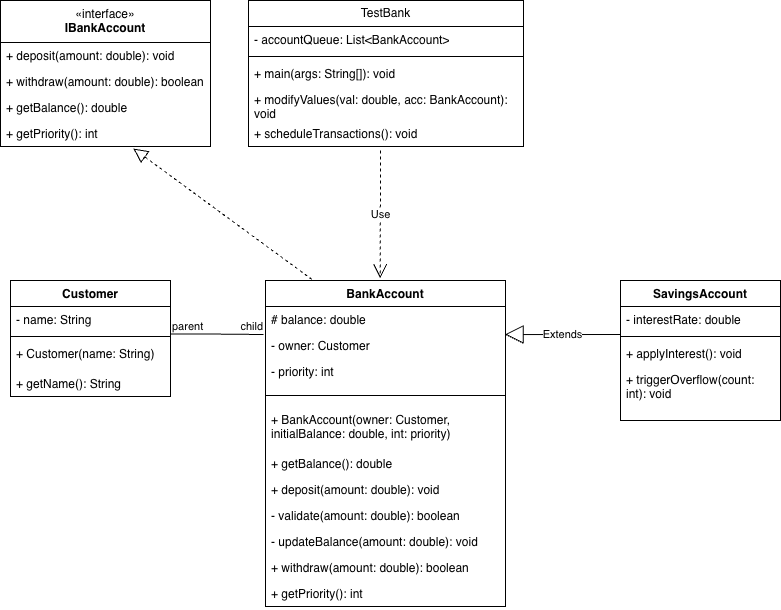
This is UML.png from yellowman0000/BankAccount, a draw.io export, as it was before one commit. Source tidied: cells renumbered, new cells last; positions are measured from the earlier drawing's top-left corner, leaving out a move shared by most shapes. The source it was exported from:
```xml
<mxGraphModel>
  <root>
    <mxCell id="0" />
    <mxCell id="1" parent="0" />
    <mxCell id="2" value="Customer" style="swimlane;fontStyle=1;align=center;verticalAlign=top;horizontal=1;startSize=26;whiteSpace=wrap;html=1;" parent="1" vertex="1">
      <mxGeometry x="10" y="280" width="160" height="116" as="geometry" />
    </mxCell>
    <mxCell id="3" value="- name: String" style="text;strokeColor=none;fillColor=none;align=left;verticalAlign=top;spacingLeft=4;spacingRight=4;overflow=hidden;points=[[0,0.5],[1,0.5]];portConstraint=eastwest;whiteSpace=wrap;html=1;" parent="2" vertex="1">
      <mxGeometry y="26" width="160" height="26" as="geometry" />
    </mxCell>
    <mxCell id="4" style="line;strokeWidth=1;fillColor=none;align=left;verticalAlign=middle;spacingTop=-1;spacingLeft=3;spacingRight=3;labelPosition=right;strokeColor=inherit;" parent="2" vertex="1">
      <mxGeometry y="52" width="160" height="8" as="geometry" />
    </mxCell>
    <mxCell id="5" value="+ Customer(name: String)" style="text;strokeColor=none;fillColor=none;align=left;verticalAlign=top;spacingLeft=4;spacingRight=4;overflow=hidden;whiteSpace=wrap;html=1;" parent="2" vertex="1">
      <mxGeometry y="60" width="160" height="30" as="geometry" />
    </mxCell>
    <mxCell id="6" value="+ getName(): String" style="text;strokeColor=none;fillColor=none;align=left;verticalAlign=top;spacingLeft=4;spacingRight=4;overflow=hidden;whiteSpace=wrap;html=1;" parent="2" vertex="1">
      <mxGeometry y="90" width="160" height="26" as="geometry" />
    </mxCell>
    <mxCell id="7" value="BankAccount" style="swimlane;fontStyle=1;align=center;verticalAlign=top;horizontal=1;startSize=26;whiteSpace=wrap;html=1;" parent="1" vertex="1">
      <mxGeometry x="265" y="280" width="240" height="326" as="geometry" />
    </mxCell>
    <mxCell id="8" value="# balance: double" style="text;strokeColor=none;fillColor=none;align=left;verticalAlign=top;spacingLeft=4;spacingRight=4;overflow=hidden;whiteSpace=wrap;html=1;" parent="7" vertex="1">
      <mxGeometry y="26" width="240" height="26" as="geometry" />
    </mxCell>
    <mxCell id="9" value="- owner: Customer" style="text;strokeColor=none;fillColor=none;align=left;verticalAlign=top;spacingLeft=4;spacingRight=4;overflow=hidden;points=[[0,0.5],[1,0.5]];portConstraint=eastwest;whiteSpace=wrap;html=1;" parent="7" vertex="1">
      <mxGeometry y="52" width="240" height="26" as="geometry" />
    </mxCell>
    <mxCell id="10" value="- priority: int" style="text;strokeColor=none;fillColor=none;align=left;verticalAlign=top;spacingLeft=4;spacingRight=4;overflow=hidden;whiteSpace=wrap;html=1;" parent="7" vertex="1">
      <mxGeometry y="78" width="240" height="26" as="geometry" />
    </mxCell>
    <mxCell id="11" style="line;strokeWidth=1;fillColor=none;align=left;verticalAlign=middle;spacingTop=-1;spacingLeft=3;spacingRight=3;labelPosition=right;strokeColor=inherit;" parent="7" vertex="1">
      <mxGeometry y="104" width="240" height="22" as="geometry" />
    </mxCell>
    <mxCell id="12" value="+ BankAccount(owner: Customer, initialBalance: double, int: priority)" style="text;strokeColor=none;fillColor=none;align=left;verticalAlign=top;spacingLeft=4;spacingRight=4;overflow=hidden;whiteSpace=wrap;html=1;" parent="7" vertex="1">
      <mxGeometry y="126" width="240" height="44" as="geometry" />
    </mxCell>
    <mxCell id="13" value="+ getBalance(): double" style="text;strokeColor=none;fillColor=none;align=left;verticalAlign=top;spacingLeft=4;spacingRight=4;overflow=hidden;whiteSpace=wrap;html=1;" parent="7" vertex="1">
      <mxGeometry y="170" width="240" height="26" as="geometry" />
    </mxCell>
    <mxCell id="14" value="+ deposit(amount: double): void" style="text;strokeColor=none;fillColor=none;align=left;verticalAlign=top;spacingLeft=4;spacingRight=4;overflow=hidden;whiteSpace=wrap;html=1;" parent="7" vertex="1">
      <mxGeometry y="196" width="240" height="26" as="geometry" />
    </mxCell>
    <mxCell id="15" value="- validate(amount: double): boolean" style="text;strokeColor=none;fillColor=none;align=left;verticalAlign=top;spacingLeft=4;spacingRight=4;overflow=hidden;whiteSpace=wrap;html=1;" parent="7" vertex="1">
      <mxGeometry y="222" width="240" height="26" as="geometry" />
    </mxCell>
    <mxCell id="16" value="- updateBalance(amount: double): void" style="text;strokeColor=none;fillColor=none;align=left;verticalAlign=top;spacingLeft=4;spacingRight=4;overflow=hidden;whiteSpace=wrap;html=1;" parent="7" vertex="1">
      <mxGeometry y="248" width="240" height="26" as="geometry" />
    </mxCell>
    <mxCell id="17" value="+ withdraw(amount: double): boolean" style="text;strokeColor=none;fillColor=none;align=left;verticalAlign=top;spacingLeft=4;spacingRight=4;overflow=hidden;whiteSpace=wrap;html=1;" parent="7" vertex="1">
      <mxGeometry y="274" width="240" height="26" as="geometry" />
    </mxCell>
    <mxCell id="18" value="+ getPriority(): int" style="text;strokeColor=none;fillColor=none;align=left;verticalAlign=top;spacingLeft=4;spacingRight=4;overflow=hidden;whiteSpace=wrap;html=1;" parent="7" vertex="1">
      <mxGeometry y="300" width="240" height="26" as="geometry" />
    </mxCell>
    <mxCell id="19" value="SavingsAccount" style="swimlane;fontStyle=1;align=center;verticalAlign=top;horizontal=1;startSize=26;whiteSpace=wrap;html=1;" parent="1" vertex="1">
      <mxGeometry x="620" y="280" width="160" height="140" as="geometry" />
    </mxCell>
    <mxCell id="20" value="- interestRate: double" style="text;strokeColor=none;fillColor=none;align=left;verticalAlign=top;spacingLeft=4;spacingRight=4;overflow=hidden;whiteSpace=wrap;html=1;" parent="19" vertex="1">
      <mxGeometry y="26" width="160" height="26" as="geometry" />
    </mxCell>
    <mxCell id="21" style="line;strokeWidth=1;fillColor=none;align=left;verticalAlign=middle;spacingTop=-1;spacingLeft=3;spacingRight=3;labelPosition=right;strokeColor=inherit;" parent="19" vertex="1">
      <mxGeometry y="52" width="160" height="8" as="geometry" />
    </mxCell>
    <mxCell id="22" value="+ applyInterest(): void" style="text;strokeColor=none;fillColor=none;align=left;verticalAlign=top;spacingLeft=4;spacingRight=4;overflow=hidden;whiteSpace=wrap;html=1;" parent="19" vertex="1">
      <mxGeometry y="60" width="160" height="26" as="geometry" />
    </mxCell>
    <mxCell id="23" value="+ triggerOverflow(count: int): void" style="text;strokeColor=none;fillColor=none;align=left;verticalAlign=top;spacingLeft=4;spacingRight=4;overflow=hidden;whiteSpace=wrap;html=1;" parent="19" vertex="1">
      <mxGeometry y="86" width="160" height="54" as="geometry" />
    </mxCell>
    <mxCell id="24" value="TestBank" style="swimlane;fontStyle=0;horizontal=1;startSize=26;fillColor=none;whiteSpace=wrap;html=1;" parent="1" vertex="1">
      <mxGeometry x="248" width="275" height="146" as="geometry" />
    </mxCell>
    <mxCell id="25" value="- accountQueue: List&amp;lt;BankAccount&amp;gt;" style="text;strokeColor=none;fillColor=none;align=left;verticalAlign=top;spacingLeft=4;spacingRight=4;overflow=hidden;whiteSpace=wrap;html=1;" parent="24" vertex="1">
      <mxGeometry y="26" width="275" height="26" as="geometry" />
    </mxCell>
    <mxCell id="26" style="line;strokeWidth=1;fillColor=none;align=left;verticalAlign=middle;spacingTop=-1;spacingLeft=3;spacingRight=3;labelPosition=right;strokeColor=inherit;" parent="24" vertex="1">
      <mxGeometry y="52" width="275" height="8" as="geometry" />
    </mxCell>
    <mxCell id="27" value="+ main(args: String[]): void" style="text;strokeColor=none;fillColor=none;align=left;verticalAlign=top;spacingLeft=4;spacingRight=4;overflow=hidden;whiteSpace=wrap;html=1;" parent="24" vertex="1">
      <mxGeometry y="60" width="275" height="26" as="geometry" />
    </mxCell>
    <mxCell id="28" value="+ modifyValues(val: double, acc: BankAccount): void" style="text;strokeColor=none;fillColor=none;align=left;verticalAlign=top;spacingLeft=4;spacingRight=4;overflow=hidden;whiteSpace=wrap;html=1;" parent="24" vertex="1">
      <mxGeometry y="86" width="275" height="34" as="geometry" />
    </mxCell>
    <mxCell id="29" value="+ scheduleTransactions(): void" style="text;strokeColor=none;fillColor=none;align=left;verticalAlign=top;spacingLeft=4;spacingRight=4;overflow=hidden;whiteSpace=wrap;html=1;" parent="24" vertex="1">
      <mxGeometry y="120" width="275" height="26" as="geometry" />
    </mxCell>
    <mxCell id="30" style="endArrow=none;html=1;edgeStyle=orthogonalEdgeStyle;rounded=0;entryX=-0.008;entryY=0.077;entryDx=0;entryDy=0;entryPerimeter=0;exitX=1.003;exitY=1.06;exitDx=0;exitDy=0;exitPerimeter=0;" parent="1" edge="1" source="3" target="9">
      <mxGeometry relative="1" as="geometry" />
    </mxCell>
    <mxCell id="31" value="parent" style="edgeLabel;html=1;align=left;verticalAlign=bottom;" parent="30" vertex="1">
      <mxGeometry x="-1" relative="1" as="geometry" />
    </mxCell>
    <mxCell id="32" value="child" style="edgeLabel;html=1;align=right;verticalAlign=bottom;" parent="30" vertex="1">
      <mxGeometry x="1" relative="1" as="geometry" />
    </mxCell>
    <mxCell id="33" value="Extends" style="endArrow=block;endSize=16;endFill=0;html=1;rounded=0;entryX=0.998;entryY=0.079;entryDx=0;entryDy=0;entryPerimeter=0;" parent="1" edge="1" target="9">
      <mxGeometry relative="1" as="geometry">
        <mxPoint x="620" y="334" as="sourcePoint" />
      </mxGeometry>
    </mxCell>
    <mxCell id="34" value="Use" style="endArrow=open;endSize=12;dashed=1;html=1;rounded=0;entryX=0.478;entryY=-0.007;entryDx=0;entryDy=0;entryPerimeter=0;" parent="1" edge="1" target="7">
      <mxGeometry relative="1" as="geometry">
        <mxPoint x="380" y="150" as="sourcePoint" />
      </mxGeometry>
    </mxCell>
    <mxCell id="35" value="&lt;span style=&quot;font-weight: 400;&quot;&gt;«interface»&lt;/span&gt;&lt;br style=&quot;font-weight: 400;&quot;&gt;&lt;b&gt;IBankAccount&lt;/b&gt;" style="swimlane;fontStyle=1;align=center;verticalAlign=top;horizontal=1;startSize=42;whiteSpace=wrap;html=1;" parent="1" vertex="1">
      <mxGeometry width="210" height="146" as="geometry" />
    </mxCell>
    <mxCell id="36" value="+ deposit(amount: double): void" style="text;strokeColor=none;fillColor=none;align=left;verticalAlign=top;spacingLeft=4;spacingRight=4;overflow=hidden;whiteSpace=wrap;html=1;" parent="35" vertex="1">
      <mxGeometry y="42" width="210" height="26" as="geometry" />
    </mxCell>
    <mxCell id="37" value="+ withdraw(amount: double): boolean" style="text;strokeColor=none;fillColor=none;align=left;verticalAlign=top;spacingLeft=4;spacingRight=4;overflow=hidden;whiteSpace=wrap;html=1;" parent="35" vertex="1">
      <mxGeometry y="68" width="210" height="26" as="geometry" />
    </mxCell>
    <mxCell id="38" value="+ getBalance(): double" style="text;strokeColor=none;fillColor=none;align=left;verticalAlign=top;spacingLeft=4;spacingRight=4;overflow=hidden;whiteSpace=wrap;html=1;" parent="35" vertex="1">
      <mxGeometry y="94" width="210" height="26" as="geometry" />
    </mxCell>
    <mxCell id="39" value="+ getPriority(): int" style="text;strokeColor=none;fillColor=none;align=left;verticalAlign=top;spacingLeft=4;spacingRight=4;overflow=hidden;points=[[0,0.5],[1,0.5]];portConstraint=eastwest;whiteSpace=wrap;html=1;" parent="35" vertex="1">
      <mxGeometry y="120" width="210" height="26" as="geometry" />
    </mxCell>
    <mxCell id="40" style="endArrow=block;dashed=1;endFill=0;endSize=12;html=1;rounded=0;entryX=0.633;entryY=1.08;entryDx=0;entryDy=0;entryPerimeter=0;exitX=0.194;exitY=-0.003;exitDx=0;exitDy=0;exitPerimeter=0;" parent="1" edge="1" source="7" target="39">
      <mxGeometry relative="1" as="geometry" />
    </mxCell>
  </root>
</mxGraphModel>
```
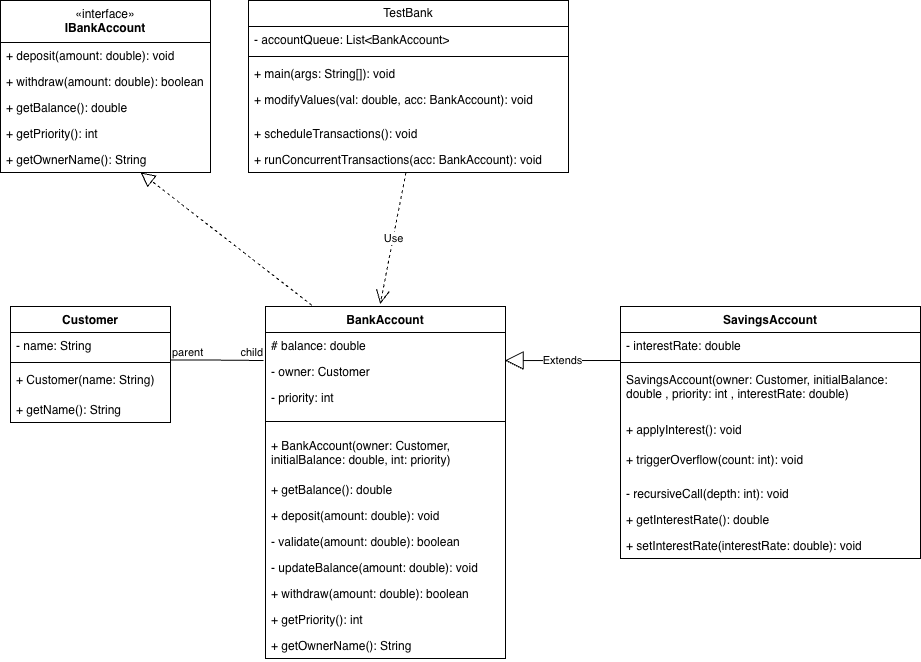
Later version of the same file.

What changed in the source:
```diff
@@ -18,7 +18,7 @@
       <mxGeometry y="90" width="160" height="26" as="geometry" />
     </mxCell>
     <mxCell id="7" value="BankAccount" style="swimlane;fontStyle=1;align=center;verticalAlign=top;horizontal=1;startSize=26;whiteSpace=wrap;html=1;" parent="1" vertex="1">
-      <mxGeometry x="265" y="280" width="240" height="326" as="geometry" />
+      <mxGeometry x="265" y="280" width="240" height="352" as="geometry" />
     </mxCell>
     <mxCell id="8" value="# balance: double" style="text;strokeColor=none;fillColor=none;align=left;verticalAlign=top;spacingLeft=4;spacingRight=4;overflow=hidden;whiteSpace=wrap;html=1;" parent="7" vertex="1">
       <mxGeometry y="26" width="240" height="26" as="geometry" />
@@ -53,39 +53,57 @@
     <mxCell id="18" value="+ getPriority(): int" style="text;strokeColor=none;fillColor=none;align=left;verticalAlign=top;spacingLeft=4;spacingRight=4;overflow=hidden;whiteSpace=wrap;html=1;" parent="7" vertex="1">
       <mxGeometry y="300" width="240" height="26" as="geometry" />
     </mxCell>
+    <mxCell id="41" value="+ getOwnerName(): String" style="text;strokeColor=none;fillColor=none;align=left;verticalAlign=top;spacingLeft=4;spacingRight=4;overflow=hidden;whiteSpace=wrap;html=1;" parent="7" vertex="1">
+      <mxGeometry y="326" width="240" height="26" as="geometry" />
+    </mxCell>
     <mxCell id="19" value="SavingsAccount" style="swimlane;fontStyle=1;align=center;verticalAlign=top;horizontal=1;startSize=26;whiteSpace=wrap;html=1;" parent="1" vertex="1">
-      <mxGeometry x="620" y="280" width="160" height="140" as="geometry" />
+      <mxGeometry x="620" y="280" width="300" height="252" as="geometry" />
     </mxCell>
     <mxCell id="20" value="- interestRate: double" style="text;strokeColor=none;fillColor=none;align=left;verticalAlign=top;spacingLeft=4;spacingRight=4;overflow=hidden;whiteSpace=wrap;html=1;" parent="19" vertex="1">
-      <mxGeometry y="26" width="160" height="26" as="geometry" />
+      <mxGeometry y="26" width="300" height="26" as="geometry" />
     </mxCell>
     <mxCell id="21" style="line;strokeWidth=1;fillColor=none;align=left;verticalAlign=middle;spacingTop=-1;spacingLeft=3;spacingRight=3;labelPosition=right;strokeColor=inherit;" parent="19" vertex="1">
-      <mxGeometry y="52" width="160" height="8" as="geometry" />
+      <mxGeometry y="52" width="300" height="8" as="geometry" />
     </mxCell>
+    <mxCell id="42" value="SavingsAccount(owner: Customer, initialBalance: double , priority: int , interestRate: double)" style="text;strokeColor=none;fillColor=none;align=left;verticalAlign=top;spacingLeft=4;spacingRight=4;overflow=hidden;whiteSpace=wrap;html=1;" parent="19" vertex="1">
+      <mxGeometry y="60" width="300" height="50" as="geometry" />
+    </mxCell>
     <mxCell id="22" value="+ applyInterest(): void" style="text;strokeColor=none;fillColor=none;align=left;verticalAlign=top;spacingLeft=4;spacingRight=4;overflow=hidden;whiteSpace=wrap;html=1;" parent="19" vertex="1">
-      <mxGeometry y="60" width="160" height="26" as="geometry" />
+      <mxGeometry y="110" width="300" height="30" as="geometry" />
     </mxCell>
     <mxCell id="23" value="+ triggerOverflow(count: int): void" style="text;strokeColor=none;fillColor=none;align=left;verticalAlign=top;spacingLeft=4;spacingRight=4;overflow=hidden;whiteSpace=wrap;html=1;" parent="19" vertex="1">
-      <mxGeometry y="86" width="160" height="54" as="geometry" />
+      <mxGeometry y="140" width="300" height="34" as="geometry" />
     </mxCell>
+    <mxCell id="43" value="- recursiveCall(depth: int): void" style="text;strokeColor=none;fillColor=none;align=left;verticalAlign=top;spacingLeft=4;spacingRight=4;overflow=hidden;whiteSpace=wrap;html=1;" parent="19" vertex="1">
+      <mxGeometry y="174" width="300" height="26" as="geometry" />
+    </mxCell>
+    <mxCell id="44" value="+ getInterestRate(): double&amp;nbsp;" style="text;strokeColor=none;fillColor=none;align=left;verticalAlign=top;spacingLeft=4;spacingRight=4;overflow=hidden;whiteSpace=wrap;html=1;" parent="19" vertex="1">
+      <mxGeometry y="200" width="300" height="26" as="geometry" />
+    </mxCell>
+    <mxCell id="45" value="+ setInterestRate(interestRate: double): void" style="text;strokeColor=none;fillColor=none;align=left;verticalAlign=top;spacingLeft=4;spacingRight=4;overflow=hidden;whiteSpace=wrap;html=1;" parent="19" vertex="1">
+      <mxGeometry y="226" width="300" height="26" as="geometry" />
+    </mxCell>
     <mxCell id="24" value="TestBank" style="swimlane;fontStyle=0;horizontal=1;startSize=26;fillColor=none;whiteSpace=wrap;html=1;" parent="1" vertex="1">
-      <mxGeometry x="248" width="275" height="146" as="geometry" />
+      <mxGeometry x="248" y="-26" width="320" height="172" as="geometry" />
     </mxCell>
     <mxCell id="25" value="- accountQueue: List&amp;lt;BankAccount&amp;gt;" style="text;strokeColor=none;fillColor=none;align=left;verticalAlign=top;spacingLeft=4;spacingRight=4;overflow=hidden;whiteSpace=wrap;html=1;" parent="24" vertex="1">
-      <mxGeometry y="26" width="275" height="26" as="geometry" />
+      <mxGeometry y="26" width="320" height="26" as="geometry" />
     </mxCell>
     <mxCell id="26" style="line;strokeWidth=1;fillColor=none;align=left;verticalAlign=middle;spacingTop=-1;spacingLeft=3;spacingRight=3;labelPosition=right;strokeColor=inherit;" parent="24" vertex="1">
-      <mxGeometry y="52" width="275" height="8" as="geometry" />
+      <mxGeometry y="52" width="320" height="8" as="geometry" />
     </mxCell>
     <mxCell id="27" value="+ main(args: String[]): void" style="text;strokeColor=none;fillColor=none;align=left;verticalAlign=top;spacingLeft=4;spacingRight=4;overflow=hidden;whiteSpace=wrap;html=1;" parent="24" vertex="1">
-      <mxGeometry y="60" width="275" height="26" as="geometry" />
+      <mxGeometry y="60" width="320" height="26" as="geometry" />
     </mxCell>
     <mxCell id="28" value="+ modifyValues(val: double, acc: BankAccount): void" style="text;strokeColor=none;fillColor=none;align=left;verticalAlign=top;spacingLeft=4;spacingRight=4;overflow=hidden;whiteSpace=wrap;html=1;" parent="24" vertex="1">
-      <mxGeometry y="86" width="275" height="34" as="geometry" />
+      <mxGeometry y="86" width="320" height="34" as="geometry" />
     </mxCell>
     <mxCell id="29" value="+ scheduleTransactions(): void" style="text;strokeColor=none;fillColor=none;align=left;verticalAlign=top;spacingLeft=4;spacingRight=4;overflow=hidden;whiteSpace=wrap;html=1;" parent="24" vertex="1">
-      <mxGeometry y="120" width="275" height="26" as="geometry" />
+      <mxGeometry y="120" width="320" height="26" as="geometry" />
     </mxCell>
+    <mxCell id="46" value="+ runConcurrentTransactions(acc: BankAccount): void" style="text;strokeColor=none;fillColor=none;align=left;verticalAlign=top;spacingLeft=4;spacingRight=4;overflow=hidden;points=[[0,0.5],[1,0.5]];portConstraint=eastwest;whiteSpace=wrap;html=1;" parent="24" vertex="1">
+      <mxGeometry y="146" width="320" height="26" as="geometry" />
+    </mxCell>
     <mxCell id="30" style="endArrow=none;html=1;edgeStyle=orthogonalEdgeStyle;rounded=0;entryX=-0.008;entryY=0.077;entryDx=0;entryDy=0;entryPerimeter=0;exitX=1.003;exitY=1.06;exitDx=0;exitDy=0;exitPerimeter=0;" parent="1" edge="1" source="3" target="9">
       <mxGeometry relative="1" as="geometry" />
     </mxCell>
@@ -100,13 +118,11 @@
         <mxPoint x="620" y="334" as="sourcePoint" />
       </mxGeometry>
     </mxCell>
-    <mxCell id="34" value="Use" style="endArrow=open;endSize=12;dashed=1;html=1;rounded=0;entryX=0.478;entryY=-0.007;entryDx=0;entryDy=0;entryPerimeter=0;" parent="1" edge="1" target="7">
-      <mxGeometry relative="1" as="geometry">
-        <mxPoint x="380" y="150" as="sourcePoint" />
-      </mxGeometry>
+    <mxCell id="34" value="Use" style="endArrow=open;endSize=12;dashed=1;html=1;rounded=0;entryX=0.478;entryY=-0.007;entryDx=0;entryDy=0;entryPerimeter=0;" parent="1" edge="1" source="46" target="7">
+      <mxGeometry relative="1" as="geometry" />
     </mxCell>
     <mxCell id="35" value="&lt;span style=&quot;font-weight: 400;&quot;&gt;«interface»&lt;/span&gt;&lt;br style=&quot;font-weight: 400;&quot;&gt;&lt;b&gt;IBankAccount&lt;/b&gt;" style="swimlane;fontStyle=1;align=center;verticalAlign=top;horizontal=1;startSize=42;whiteSpace=wrap;html=1;" parent="1" vertex="1">
-      <mxGeometry width="210" height="146" as="geometry" />
+      <mxGeometry y="-26" width="210" height="172" as="geometry" />
     </mxCell>
     <mxCell id="36" value="+ deposit(amount: double): void" style="text;strokeColor=none;fillColor=none;align=left;verticalAlign=top;spacingLeft=4;spacingRight=4;overflow=hidden;whiteSpace=wrap;html=1;" parent="35" vertex="1">
       <mxGeometry y="42" width="210" height="26" as="geometry" />
@@ -120,7 +136,10 @@
     <mxCell id="39" value="+ getPriority(): int" style="text;strokeColor=none;fillColor=none;align=left;verticalAlign=top;spacingLeft=4;spacingRight=4;overflow=hidden;points=[[0,0.5],[1,0.5]];portConstraint=eastwest;whiteSpace=wrap;html=1;" parent="35" vertex="1">
       <mxGeometry y="120" width="210" height="26" as="geometry" />
     </mxCell>
+    <mxCell id="47" value="+ getOwnerName(): String" style="text;strokeColor=none;fillColor=none;align=left;verticalAlign=top;spacingLeft=4;spacingRight=4;overflow=hidden;points=[[0,0.5],[1,0.5]];portConstraint=eastwest;whiteSpace=wrap;html=1;" parent="35" vertex="1">
+      <mxGeometry y="146" width="210" height="26" as="geometry" />
+    </mxCell>
-    <mxCell id="40" style="endArrow=block;dashed=1;endFill=0;endSize=12;html=1;rounded=0;entryX=0.633;entryY=1.08;entryDx=0;entryDy=0;entryPerimeter=0;exitX=0.194;exitY=-0.003;exitDx=0;exitDy=0;exitPerimeter=0;" parent="1" edge="1" source="7" target="39">
+    <mxCell id="40" style="endArrow=block;dashed=1;endFill=0;endSize=12;html=1;rounded=0;entryX=0.667;entryY=1;entryDx=0;entryDy=0;entryPerimeter=0;exitX=0.194;exitY=-0.003;exitDx=0;exitDy=0;exitPerimeter=0;" parent="1" edge="1" source="7" target="47">
       <mxGeometry relative="1" as="geometry" />
     </mxCell>
   </root>
```
